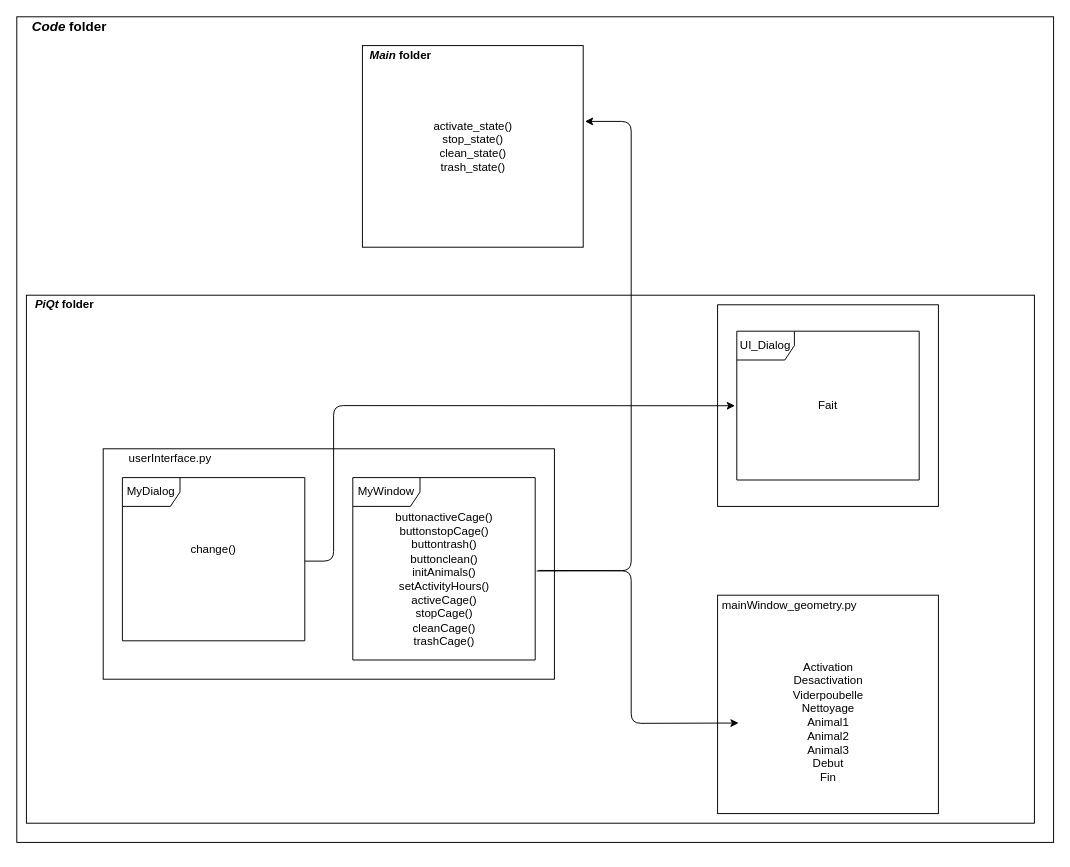
Before: Documentation/SourceFigure/Hierarchie_HMI.drawio in Cagius-UdeS/Cagius, a draw.io diagram. Source tidied: cells renumbered, new cells numbered last; positions are measured from the earlier drawing's top-left corner, leaving out a move shared by most shapes. Both pictures are drawn from the tidied source at 96%, with x=0, y=0 at pixel (16, 16).
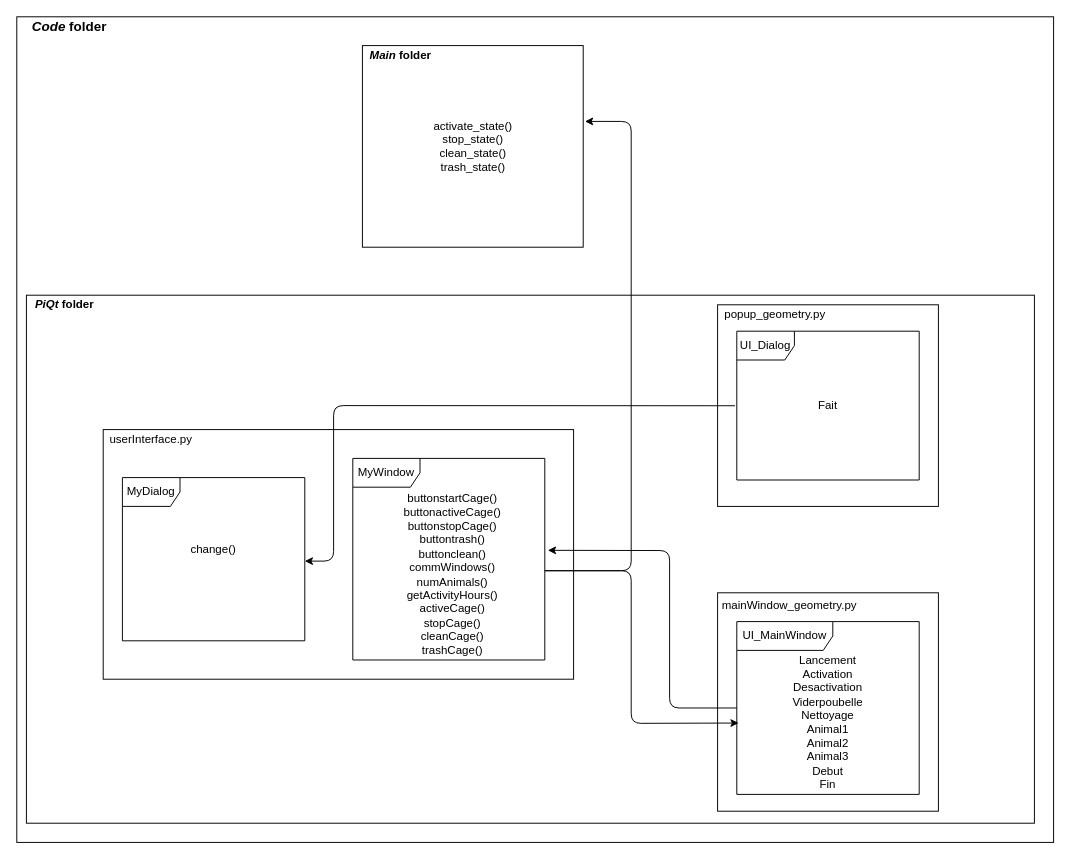
The same diagram, later.

The change refers to these unchanged cells:
```xml
<mxCell id="4" style="rounded=0;whiteSpace=wrap;html=1;" parent="1" vertex="1">
  <mxGeometry x="360" y="30" width="230" height="210" as="geometry" />
</mxCell>
<mxCell id="17" value="UI_Dialog" style="shape=umlFrame;whiteSpace=wrap;html=1;" parent="1" vertex="1">
  <mxGeometry x="750" y="327.5" width="190" height="155" as="geometry" />
</mxCell>
```

Diff of the diagram source:
```diff
@@
-    <mxCell id="3" value="popup_geometry.py" style="text;html=1;strokeColor=none;fillColor=none;align=center;verticalAlign=middle;whiteSpace=wrap;rounded=0;" parent="1" vertex="1">
-      <mxGeometry x="730" y="300" width="120" height="20" as="geometry" />
-    </mxCell>
@@
-    <mxCell id="6" value="UI_MainWindow" style="shape=umlFrame;whiteSpace=wrap;html=1;width=100;height=30;" parent="1" vertex="1">
-      <mxGeometry x="750" y="630" width="190" height="180" as="geometry" />
-    </mxCell>
@@
     <mxCell id="10" style="rounded=0;whiteSpace=wrap;html=1;" parent="1" vertex="1">
-      <mxGeometry x="90" y="450" width="470" height="240" as="geometry" />
+      <mxGeometry x="90" y="430" width="490" height="260" as="geometry" />
     </mxCell>
     <mxCell id="11" value="userInterface.py" style="text;html=1;strokeColor=none;fillColor=none;align=center;verticalAlign=middle;whiteSpace=wrap;rounded=0;" parent="1" vertex="1">
-      <mxGeometry x="110" y="450" width="100" height="20" as="geometry" />
+      <mxGeometry x="90" y="430" width="100" height="20" as="geometry" />
     </mxCell>
@@
     <mxCell id="13" style="rounded=0;whiteSpace=wrap;html=1;" parent="1" vertex="1">
-      <mxGeometry x="730" y="602.5" width="230" height="227.5" as="geometry" />
+      <mxGeometry x="730" y="600" width="230" height="227.5" as="geometry" />
     </mxCell>
@@
     <mxCell id="15" value="MyWindow" style="shape=umlFrame;whiteSpace=wrap;html=1;width=70;height=30;" parent="1" vertex="1">
-      <mxGeometry x="350" y="480" width="190" height="190" as="geometry" />
+      <mxGeometry x="350" y="460" width="200" height="210" as="geometry" />
     </mxCell>
-    <mxCell id="16" value="buttonactiveCage()&lt;br&gt;buttonstopCage()&lt;br&gt;buttontrash()&lt;br&gt;buttonclean()&lt;br&gt;initAnimals()&lt;br&gt;setActivityHours()&lt;br&gt;activeCage()&lt;br&gt;stopCage()&lt;br&gt;cleanCage()&lt;br&gt;trashCage()" style="text;html=1;strokeColor=none;fillColor=none;align=center;verticalAlign=middle;whiteSpace=wrap;rounded=0;" parent="1" vertex="1">
-      <mxGeometry x="383.8" y="510" width="122.5" height="152.5" as="geometry" />
+    <mxCell id="16" value="buttonstartCage()&lt;br&gt;buttonactiveCage()&lt;br&gt;buttonstopCage()&lt;br&gt;buttontrash()&lt;br&gt;buttonclean()&lt;br&gt;commWindows()&lt;br&gt;numAnimals()&lt;br&gt;getActivityHours()&lt;br&gt;activeCage()&lt;br&gt;stopCage()&lt;br&gt;cleanCage()&lt;br&gt;trashCage()" style="text;html=1;strokeColor=none;fillColor=none;align=center;verticalAlign=middle;whiteSpace=wrap;rounded=0;" parent="1" vertex="1">
+      <mxGeometry x="391.2" y="490" width="126.2" height="182.5" as="geometry" />
     </mxCell>
@@
-    <mxCell id="19" value="Activation&lt;br&gt;Desactivation&lt;br&gt;Viderpoubelle&lt;br&gt;Nettoyage&lt;br&gt;Animal1&lt;br&gt;Animal2&lt;br&gt;Animal3&lt;br&gt;Debut&lt;br&gt;Fin" style="text;html=1;strokeColor=none;fillColor=none;align=center;verticalAlign=middle;whiteSpace=wrap;rounded=0;" parent="1" vertex="1">
-      <mxGeometry x="802.5" y="670" width="85" height="130" as="geometry" />
-    </mxCell>
-    <mxCell id="20" style="endArrow=classic;html=1;exitX=1.008;exitY=0.512;exitDx=0;exitDy=0;exitPerimeter=0;entryX=0.01;entryY=0.587;entryDx=0;entryDy=0;entryPerimeter=0;" parent="1" edge="1" source="15" target="6">
+    <mxCell id="20" style="endArrow=classic;html=1;entryX=0.01;entryY=0.587;entryDx=0;entryDy=0;entryPerimeter=0;" parent="1" edge="1" target="6">
       <mxGeometry relative="1" as="geometry">
+        <mxPoint x="550" y="577" as="sourcePoint" />
         <Array as="points">
           <mxPoint x="640" y="577" />
           <mxPoint x="640" y="736" />
         </Array>
       </mxGeometry>
     </mxCell>
-    <mxCell id="21" style="endArrow=classic;html=1;entryX=-0.01;entryY=0.501;entryDx=0;entryDy=0;entryPerimeter=0;" parent="1" edge="1" target="17">
+    <mxCell id="21" style="endArrow=classic;html=1;entryX=-0.01;entryY=0.501;entryDx=0;entryDy=0;entryPerimeter=0;exitX=-0.01;exitY=0.501;exitDx=0;exitDy=0;exitPerimeter=0;" parent="1" edge="1" source="17">
       <mxGeometry relative="1" as="geometry">
-        <mxPoint x="300" y="567" as="sourcePoint" />
+        <mxPoint x="300" y="567" as="targetPoint" />
         <Array as="points">
+          <mxPoint x="330" y="405" />
           <mxPoint x="330" y="567" />
-          <mxPoint x="330" y="405" />
         </Array>
       </mxGeometry>
     </mxCell>
-    <mxCell id="22" style="endArrow=classic;html=1;exitX=1.018;exitY=0.509;exitDx=0;exitDy=0;exitPerimeter=0;entryX=1.008;entryY=0.376;entryDx=0;entryDy=0;entryPerimeter=0;" parent="1" edge="1" source="15" target="4">
+    <mxCell id="22" style="endArrow=classic;html=1;entryX=1.008;entryY=0.376;entryDx=0;entryDy=0;entryPerimeter=0;" parent="1" edge="1" target="4">
       <mxGeometry relative="1" as="geometry">
+        <mxPoint x="550" y="577" as="sourcePoint" />
         <Array as="points">
           <mxPoint x="640" y="577" />
           <mxPoint x="640" y="109" />
         </Array>
       </mxGeometry>
     </mxCell>
@@
+    <mxCell id="3" value="popup_geometry.py" style="text;html=1;strokeColor=none;fillColor=none;align=center;verticalAlign=middle;whiteSpace=wrap;rounded=0;" parent="1" vertex="1">
+      <mxGeometry x="730" y="300" width="120" height="20" as="geometry" />
+    </mxCell>
+    <mxCell id="6" value="UI_MainWindow" style="shape=umlFrame;whiteSpace=wrap;html=1;width=100;height=30;" parent="1" vertex="1">
+      <mxGeometry x="750" y="630" width="190" height="180" as="geometry" />
+    </mxCell>
+    <mxCell id="19" value="Lancement&lt;br&gt;Activation&lt;br&gt;Desactivation&lt;br&gt;Viderpoubelle&lt;br&gt;Nettoyage&lt;br&gt;Animal1&lt;br&gt;Animal2&lt;br&gt;Animal3&lt;br&gt;Debut&lt;br&gt;Fin" style="text;html=1;strokeColor=none;fillColor=none;align=center;verticalAlign=middle;whiteSpace=wrap;rounded=0;" parent="1" vertex="1">
+      <mxGeometry x="796.2" y="660" width="97.5" height="150" as="geometry" />
+    </mxCell>
+    <mxCell id="27" style="endArrow=classic;html=1;rounded=1;entryX=1.016;entryY=0.456;entryDx=0;entryDy=0;entryPerimeter=0;" parent="1" edge="1" target="15">
+      <mxGeometry relative="1" as="geometry">
+        <mxPoint x="750" y="720" as="sourcePoint" />
+        <Array as="points">
+          <mxPoint x="680" y="720" />
+          <mxPoint x="680" y="556" />
+        </Array>
+      </mxGeometry>
+    </mxCell>
```
